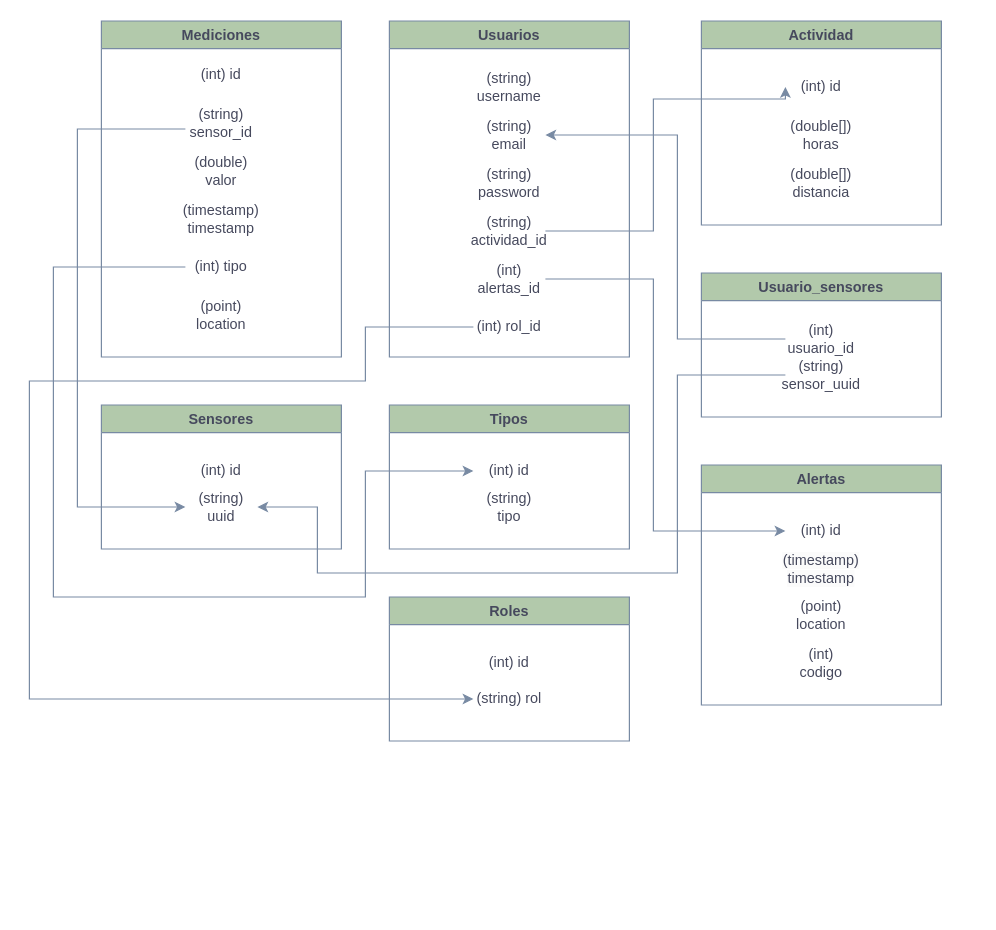
Earlier version of the draw.io diagram bbdd.drawio (Javitax47/Proyecto3A_Server_Backend). Source tidied: cells renumbered, new cells numbered last; positions are measured from the earlier drawing's top-left corner, leaving out a move shared by most shapes. Both pictures are drawn from the tidied source at 120%, with x=0, y=0 at pixel (29, 20).
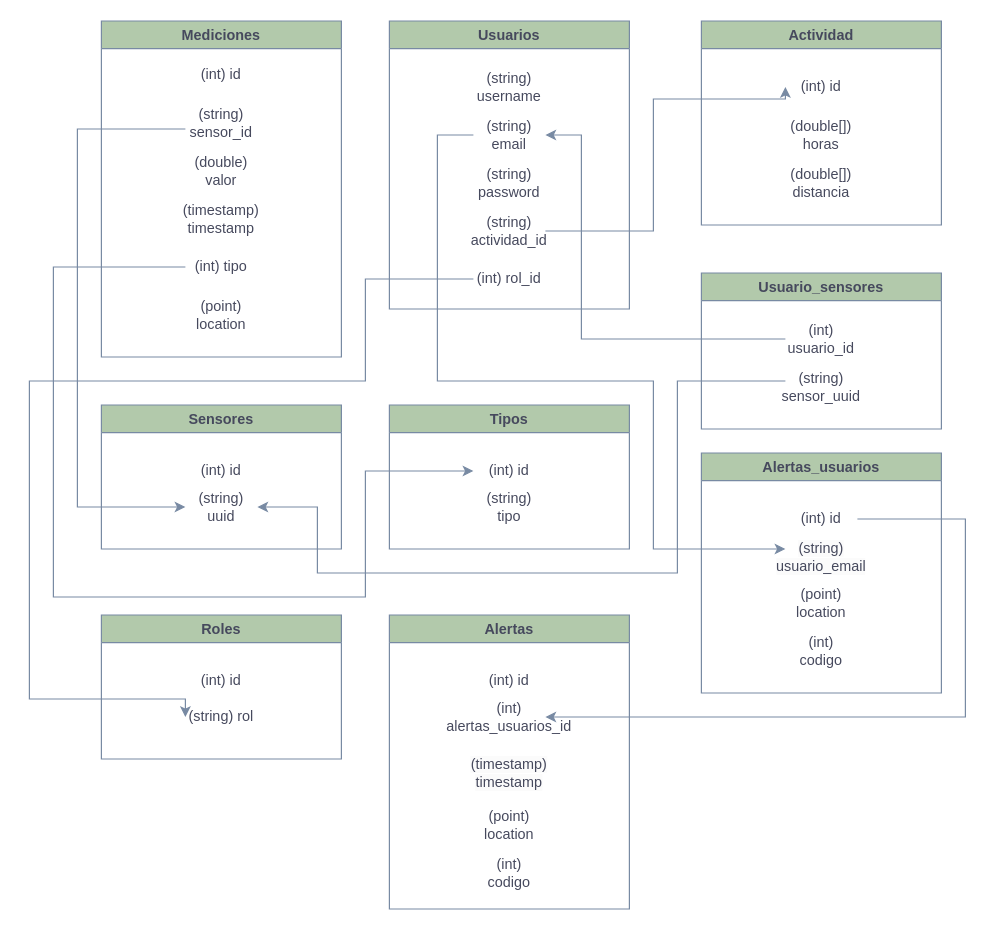
The same page after the edit.

Commit message (it also covers changes not shown here):
Documentación API y diseño de bbdd

Unchanged cells that the change refers to:
```xml
<mxCell id="4" value="(string) email" style="text;html=1;align=center;verticalAlign=middle;whiteSpace=wrap;rounded=0;strokeWidth=1;labelBackgroundColor=none;fontColor=#46495D;" parent="2" vertex="1">
  <mxGeometry x="70" y="80" width="60" height="30" as="geometry" />
</mxCell>
<mxCell id="11" value="(string) uuid" style="text;html=1;align=center;verticalAlign=middle;whiteSpace=wrap;rounded=0;strokeWidth=1;labelBackgroundColor=none;fontColor=#46495D;" parent="9" vertex="1">
  <mxGeometry x="70" y="70" width="60" height="30" as="geometry" />
</mxCell>
<mxCell id="30" value="(int) usuario_id" style="text;html=1;align=center;verticalAlign=middle;whiteSpace=wrap;rounded=0;strokeWidth=1;labelBackgroundColor=none;fontColor=#46495D;" parent="29" vertex="1">
  <mxGeometry x="70" y="40" width="60" height="30" as="geometry" />
</mxCell>
<mxCell id="35" value="(int) id" style="text;html=1;align=center;verticalAlign=middle;whiteSpace=wrap;rounded=0;strokeWidth=1;labelBackgroundColor=none;fontColor=#46495D;" parent="34" vertex="1">
  <mxGeometry x="70" y="40" width="60" height="30" as="geometry" />
</mxCell>
<mxCell id="42" value="(string) rol" style="text;html=1;align=center;verticalAlign=middle;whiteSpace=wrap;rounded=0;strokeWidth=1;labelBackgroundColor=none;fontColor=#46495D;" parent="40" vertex="1">
  <mxGeometry x="70" y="70" width="60" height="30" as="geometry" />
</mxCell>
```

Change to the diagram source:
```diff
@@
     <mxCell id="2" value="Usuarios" style="swimlane;whiteSpace=wrap;html=1;strokeWidth=1;fillColor=#B2C9AB;strokeColor=#788AA3;labelBackgroundColor=none;fontColor=#46495D;" parent="1" vertex="1">
-      <mxGeometry x="300" width="200" height="280" as="geometry" />
+      <mxGeometry x="300" width="200" height="240" as="geometry" />
     </mxCell>
@@
-    <mxCell id="7" value="(int) alertas_id" style="text;html=1;align=center;verticalAlign=middle;whiteSpace=wrap;rounded=0;strokeWidth=1;labelBackgroundColor=none;fontColor=#46495D;" parent="2" vertex="1">
-      <mxGeometry x="70" y="200" width="60" height="30" as="geometry" />
-    </mxCell>
     <mxCell id="8" value="(int) rol_id" style="text;html=1;align=center;verticalAlign=middle;whiteSpace=wrap;rounded=0;strokeWidth=1;labelBackgroundColor=none;fontColor=#46495D;" parent="2" vertex="1">
-      <mxGeometry x="70" y="240" width="60" height="30" as="geometry" />
+      <mxGeometry x="70" y="200" width="60" height="30" as="geometry" />
     </mxCell>
@@
     <mxCell id="29" value="Usuario_sensores" style="swimlane;whiteSpace=wrap;html=1;strokeWidth=1;fillColor=#B2C9AB;strokeColor=#788AA3;labelBackgroundColor=none;fontColor=#46495D;" parent="1" vertex="1">
-      <mxGeometry x="560" y="210" width="200" height="120" as="geometry" />
+      <mxGeometry x="560" y="210" width="200" height="130" as="geometry" />
     </mxCell>
@@
     <mxCell id="31" value="(string) sensor_uuid" style="text;html=1;align=center;verticalAlign=middle;whiteSpace=wrap;rounded=0;strokeWidth=1;labelBackgroundColor=none;fontColor=#46495D;" parent="29" vertex="1">
-      <mxGeometry x="70" y="70" width="60" height="30" as="geometry" />
+      <mxGeometry x="70" y="80" width="60" height="30" as="geometry" />
     </mxCell>
     <mxCell id="32" style="edgeStyle=orthogonalEdgeStyle;rounded=0;jettySize=auto;html=1;entryX=1;entryY=0.5;entryDx=0;entryDy=0;strokeColor=#788AA3;exitX=0;exitY=0.5;exitDx=0;exitDy=0;" parent="1" edge="1" source="30" target="4">
       <mxGeometry relative="1" as="geometry">
         <Array as="points">
-          <mxPoint x="540" y="265" />
-          <mxPoint x="540" y="95" />
+          <mxPoint x="460" y="265" />
+          <mxPoint x="460" y="95" />
         </Array>
       </mxGeometry>
     </mxCell>
     <mxCell id="33" style="edgeStyle=orthogonalEdgeStyle;rounded=0;jettySize=auto;html=1;entryX=1;entryY=0.5;entryDx=0;entryDy=0;strokeColor=#788AA3;" parent="1" edge="1" source="31" target="11">
       <mxGeometry relative="1" as="geometry">
         <Array as="points">
-          <mxPoint x="540" y="295" />
+          <mxPoint x="540" y="300" />
           <mxPoint x="540" y="460" />
           <mxPoint x="240" y="460" />
           <mxPoint x="240" y="405" />
         </Array>
       </mxGeometry>
     </mxCell>
-    <mxCell id="34" value="Alertas" style="swimlane;whiteSpace=wrap;html=1;strokeWidth=1;fillColor=#B2C9AB;strokeColor=#788AA3;labelBackgroundColor=none;fontColor=#46495D;" parent="1" vertex="1">
-      <mxGeometry x="560" y="370" width="200" height="200" as="geometry" />
+    <mxCell id="34" value="Alertas_usuarios" style="swimlane;whiteSpace=wrap;html=1;strokeWidth=1;fillColor=#B2C9AB;strokeColor=#788AA3;labelBackgroundColor=none;fontColor=#46495D;" parent="1" vertex="1">
+      <mxGeometry x="560" y="360" width="200" height="200" as="geometry" />
     </mxCell>
@@
-    <mxCell id="36" value="&lt;br&gt;&lt;span style=&quot;color: rgb(70, 73, 93); font-family: Helvetica; font-size: 12px; font-style: normal; font-variant-ligatures: normal; font-variant-caps: normal; font-weight: 400; letter-spacing: normal; orphans: 2; text-align: center; text-indent: 0px; text-transform: none; widows: 2; word-spacing: 0px; -webkit-text-stroke-width: 0px; white-space: normal; background-color: rgb(251, 251, 251); text-decoration-thickness: initial; text-decoration-style: initial; text-decoration-color: initial; display: inline !important; float: none;&quot;&gt;(timestamp) timestamp&lt;/span&gt;" style="text;html=1;align=center;verticalAlign=middle;whiteSpace=wrap;rounded=0;strokeWidth=1;labelBackgroundColor=none;fontColor=#46495D;" parent="34" vertex="1">
+    <mxCell id="36" value="&lt;br&gt;&lt;span style=&quot;color: rgb(70, 73, 93); font-family: Helvetica; font-size: 12px; font-style: normal; font-variant-ligatures: normal; font-variant-caps: normal; font-weight: 400; letter-spacing: normal; orphans: 2; text-align: center; text-indent: 0px; text-transform: none; widows: 2; word-spacing: 0px; -webkit-text-stroke-width: 0px; white-space: normal; background-color: rgb(251, 251, 251); text-decoration-thickness: initial; text-decoration-style: initial; text-decoration-color: initial; display: inline !important; float: none;&quot;&gt;(string) usuario_email&lt;/span&gt;" style="text;html=1;align=center;verticalAlign=middle;whiteSpace=wrap;rounded=0;strokeWidth=1;labelBackgroundColor=none;fontColor=#46495D;" parent="34" vertex="1">
       <mxGeometry x="70" y="65" width="60" height="30" as="geometry" />
     </mxCell>
@@
-    <mxCell id="39" style="edgeStyle=orthogonalEdgeStyle;rounded=0;jettySize=auto;html=1;entryX=0;entryY=0.5;entryDx=0;entryDy=0;strokeColor=#788AA3;" parent="1" edge="1" source="7" target="35">
-      <mxGeometry relative="1" as="geometry">
-        <Array as="points">
-          <mxPoint x="520" y="215" />
-          <mxPoint x="520" y="425" />
-        </Array>
-      </mxGeometry>
-    </mxCell>
     <mxCell id="40" value="Roles" style="swimlane;whiteSpace=wrap;html=1;strokeWidth=1;fillColor=#B2C9AB;strokeColor=#788AA3;labelBackgroundColor=none;fontColor=#46495D;" parent="1" vertex="1">
-      <mxGeometry x="300" y="480" width="200" height="120" as="geometry" />
+      <mxGeometry x="60" y="495" width="200" height="120" as="geometry" />
     </mxCell>
@@
     <mxCell id="43" style="edgeStyle=orthogonalEdgeStyle;rounded=0;jettySize=auto;html=1;entryX=0;entryY=0.5;entryDx=0;entryDy=0;fillColor=#f5f5f5;strokeColor=#788AA3;exitX=0;exitY=0.5;exitDx=0;exitDy=0;" parent="1" edge="1" source="8" target="42">
       <mxGeometry relative="1" as="geometry">
         <Array as="points">
-          <mxPoint x="280" y="255" />
+          <mxPoint x="280" y="215" />
           <mxPoint x="280" y="300" />
           <mxPoint y="300" />
           <mxPoint y="565" />
         </Array>
       </mxGeometry>
     </mxCell>
+    <mxCell id="44" style="edgeStyle=orthogonalEdgeStyle;rounded=0;jettySize=auto;html=1;entryX=0;entryY=0.5;entryDx=0;entryDy=0;strokeColor=#788AA3;" parent="1" edge="1" source="4" target="36">
+      <mxGeometry relative="1" as="geometry">
+        <Array as="points">
+          <mxPoint x="340" y="95" />
+          <mxPoint x="340" y="300" />
+          <mxPoint x="520" y="300" />
+          <mxPoint x="520" y="440" />
+        </Array>
+      </mxGeometry>
+    </mxCell>
+    <mxCell id="45" value="Alertas" style="swimlane;whiteSpace=wrap;html=1;strokeWidth=1;fillColor=#B2C9AB;strokeColor=#788AA3;labelBackgroundColor=none;fontColor=#46495D;" parent="1" vertex="1">
+      <mxGeometry x="300" y="495" width="200" height="245" as="geometry" />
+    </mxCell>
+    <mxCell id="46" value="(int) id" style="text;html=1;align=center;verticalAlign=middle;whiteSpace=wrap;rounded=0;strokeWidth=1;labelBackgroundColor=none;fontColor=#46495D;" parent="45" vertex="1">
+      <mxGeometry x="70" y="40" width="60" height="30" as="geometry" />
+    </mxCell>
+    <mxCell id="47" value="&lt;br&gt;&lt;span style=&quot;color: rgb(70, 73, 93); font-family: Helvetica; font-size: 12px; font-style: normal; font-variant-ligatures: normal; font-variant-caps: normal; font-weight: 400; letter-spacing: normal; orphans: 2; text-align: center; text-indent: 0px; text-transform: none; widows: 2; word-spacing: 0px; -webkit-text-stroke-width: 0px; white-space: normal; background-color: rgb(251, 251, 251); text-decoration-thickness: initial; text-decoration-style: initial; text-decoration-color: initial; display: inline !important; float: none;&quot;&gt;(timestamp) timestamp&lt;/span&gt;" style="text;html=1;align=center;verticalAlign=middle;whiteSpace=wrap;rounded=0;strokeWidth=1;labelBackgroundColor=none;fontColor=#46495D;" parent="45" vertex="1">
+      <mxGeometry x="70" y="110" width="60" height="30" as="geometry" />
+    </mxCell>
+    <mxCell id="48" value="(point) location" style="text;html=1;align=center;verticalAlign=middle;whiteSpace=wrap;rounded=0;strokeWidth=1;labelBackgroundColor=none;fontColor=#46495D;" parent="45" vertex="1">
+      <mxGeometry x="70" y="160" width="60" height="30" as="geometry" />
+    </mxCell>
+    <mxCell id="49" value="(int) codigo" style="text;html=1;align=center;verticalAlign=middle;whiteSpace=wrap;rounded=0;strokeWidth=1;labelBackgroundColor=none;fontColor=#46495D;" parent="45" vertex="1">
+      <mxGeometry x="70" y="200" width="60" height="30" as="geometry" />
+    </mxCell>
+    <mxCell id="50" value="(int) alertas_usuarios_id" style="text;html=1;align=center;verticalAlign=middle;whiteSpace=wrap;rounded=0;strokeWidth=1;labelBackgroundColor=none;fontColor=#46495D;" parent="45" vertex="1">
+      <mxGeometry x="70" y="70" width="60" height="30" as="geometry" />
+    </mxCell>
+    <mxCell id="51" style="edgeStyle=orthogonalEdgeStyle;rounded=0;jettySize=auto;html=1;exitX=1;exitY=0.5;exitDx=0;exitDy=0;entryX=1;entryY=0.5;entryDx=0;entryDy=0;strokeColor=#788AA3;" parent="1" edge="1" source="35" target="50">
+      <mxGeometry relative="1" as="geometry">
+        <Array as="points">
+          <mxPoint x="780" y="415" />
+          <mxPoint x="780" y="580" />
+        </Array>
+      </mxGeometry>
+    </mxCell>
```
